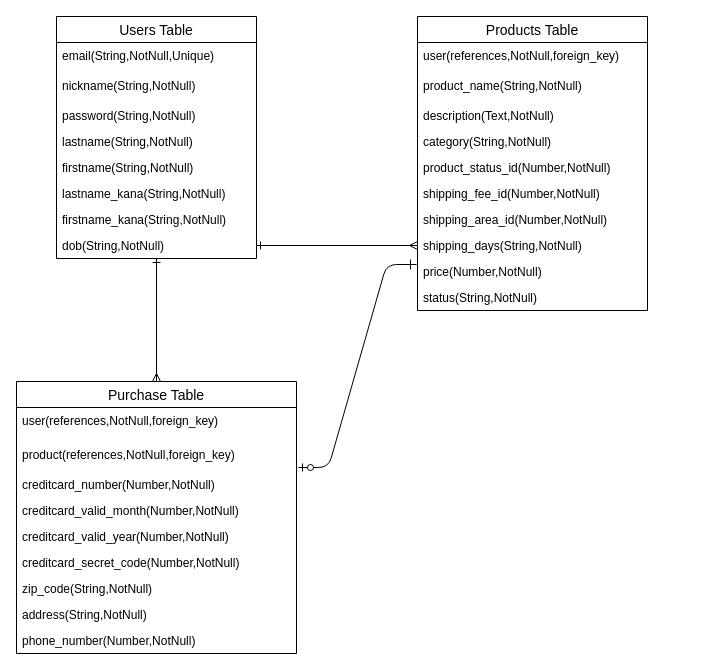
This is er.dio from yogurt-mr/furima-38039, a draw.io file, before an edit. Source tidied: cells renumbered, new cells numbered last; positions are measured from the earlier drawing's top-left corner, leaving out a move shared by most shapes. Both pictures are drawn from the tidied source at 100%, with x=0, y=0 at pixel (16, 16).
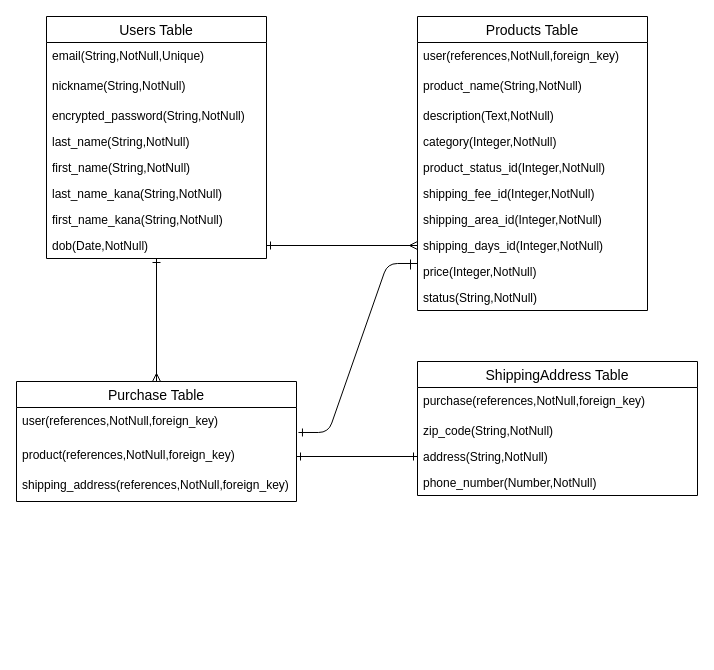
After the change.

Commit message (it also covers changes not shown here):
er図, README更新

The change refers to these unchanged cells:
```xml
<mxCell id="11" value="Products Table" style="swimlane;fontStyle=0;horizontal=1;startSize=26;align=center;fontSize=14;" parent="1" vertex="1">
  <mxGeometry x="401" width="230" height="294" as="geometry" />
</mxCell>
<mxCell id="24" value="user(references,NotNull,foreign_key)" style="text;strokeColor=none;fillColor=none;spacingLeft=4;spacingRight=4;overflow=hidden;points=[[0,0.5],[1,0.5]];portConstraint=eastwest;fontSize=12;" parent="23" vertex="1">
  <mxGeometry y="26" width="280" height="34" as="geometry" />
</mxCell>
<mxCell id="25" value="product(references,NotNull,foreign_key)" style="text;strokeColor=none;fillColor=none;spacingLeft=4;spacingRight=4;overflow=hidden;points=[[0,0.5],[1,0.5]];portConstraint=eastwest;fontSize=12;" parent="23" vertex="1">
  <mxGeometry y="60" width="280" height="30" as="geometry" />
</mxCell>
```

Change to the diagram source:
```diff
@@
     <mxCell id="2" value="Users Table" style="swimlane;fontStyle=0;horizontal=1;startSize=26;align=center;fontSize=14;" parent="1" vertex="1">
-      <mxGeometry x="40" width="200" height="242" as="geometry" />
+      <mxGeometry x="30" width="220" height="242" as="geometry" />
     </mxCell>
     <mxCell id="3" value="email(String,NotNull,Unique)" style="text;strokeColor=none;fillColor=none;spacingLeft=4;spacingRight=4;overflow=hidden;fontSize=12;" parent="2" vertex="1">
-      <mxGeometry y="26" width="200" height="30" as="geometry" />
+      <mxGeometry y="26" width="220" height="30" as="geometry" />
     </mxCell>
     <mxCell id="4" value="nickname(String,NotNull)" style="text;strokeColor=none;fillColor=none;spacingLeft=4;spacingRight=4;overflow=hidden;fontSize=12;" parent="2" vertex="1">
-      <mxGeometry y="56" width="200" height="30" as="geometry" />
+      <mxGeometry y="56" width="220" height="30" as="geometry" />
     </mxCell>
-    <mxCell id="5" value="password(String,NotNull)" style="text;strokeColor=none;fillColor=none;spacingLeft=4;spacingRight=4;overflow=hidden;fontSize=12;" parent="2" vertex="1">
-      <mxGeometry y="86" width="200" height="26" as="geometry" />
+    <mxCell id="5" value="encrypted_password(String,NotNull)" style="text;strokeColor=none;fillColor=none;spacingLeft=4;spacingRight=4;overflow=hidden;fontSize=12;" parent="2" vertex="1">
+      <mxGeometry y="86" width="220" height="26" as="geometry" />
     </mxCell>
-    <mxCell id="6" value="lastname(String,NotNull)" style="text;strokeColor=none;fillColor=none;spacingLeft=4;spacingRight=4;overflow=hidden;fontSize=12;" parent="2" vertex="1">
-      <mxGeometry y="112" width="200" height="26" as="geometry" />
+    <mxCell id="6" value="last_name(String,NotNull)" style="text;strokeColor=none;fillColor=none;spacingLeft=4;spacingRight=4;overflow=hidden;fontSize=12;" parent="2" vertex="1">
+      <mxGeometry y="112" width="220" height="26" as="geometry" />
     </mxCell>
-    <mxCell id="7" value="firstname(String,NotNull)" style="text;strokeColor=none;fillColor=none;spacingLeft=4;spacingRight=4;overflow=hidden;fontSize=12;" parent="2" vertex="1">
-      <mxGeometry y="138" width="200" height="26" as="geometry" />
+    <mxCell id="7" value="first_name(String,NotNull)" style="text;strokeColor=none;fillColor=none;spacingLeft=4;spacingRight=4;overflow=hidden;fontSize=12;" parent="2" vertex="1">
+      <mxGeometry y="138" width="220" height="26" as="geometry" />
     </mxCell>
-    <mxCell id="8" value="lastname_kana(String,NotNull)" style="text;strokeColor=none;fillColor=none;spacingLeft=4;spacingRight=4;overflow=hidden;fontSize=12;" parent="2" vertex="1">
-      <mxGeometry y="164" width="200" height="26" as="geometry" />
+    <mxCell id="8" value="last_name_kana(String,NotNull)" style="text;strokeColor=none;fillColor=none;spacingLeft=4;spacingRight=4;overflow=hidden;fontSize=12;" parent="2" vertex="1">
+      <mxGeometry y="164" width="220" height="26" as="geometry" />
     </mxCell>
-    <mxCell id="9" value="firstname_kana(String,NotNull)" style="text;strokeColor=none;fillColor=none;spacingLeft=4;spacingRight=4;overflow=hidden;fontSize=12;" parent="2" vertex="1">
-      <mxGeometry y="190" width="200" height="26" as="geometry" />
+    <mxCell id="9" value="first_name_kana(String,NotNull)" style="text;strokeColor=none;fillColor=none;spacingLeft=4;spacingRight=4;overflow=hidden;fontSize=12;" parent="2" vertex="1">
+      <mxGeometry y="190" width="220" height="26" as="geometry" />
     </mxCell>
-    <mxCell id="10" value="dob(String,NotNull)" style="text;strokeColor=none;fillColor=none;spacingLeft=4;spacingRight=4;overflow=hidden;points=[[0,0.5],[1,0.5]];portConstraint=eastwest;fontSize=12;" parent="2" vertex="1">
-      <mxGeometry y="216" width="200" height="26" as="geometry" />
+    <mxCell id="10" value="dob(Date,NotNull)" style="text;strokeColor=none;fillColor=none;spacingLeft=4;spacingRight=4;overflow=hidden;points=[[0,0.5],[1,0.5]];portConstraint=eastwest;fontSize=12;" parent="2" vertex="1">
+      <mxGeometry y="216" width="220" height="26" as="geometry" />
     </mxCell>
@@
-    <mxCell id="15" value="category(String,NotNull)" style="text;strokeColor=none;fillColor=none;spacingLeft=4;spacingRight=4;overflow=hidden;fontSize=12;" parent="11" vertex="1">
+    <mxCell id="15" value="category(Integer,NotNull)" style="text;strokeColor=none;fillColor=none;spacingLeft=4;spacingRight=4;overflow=hidden;fontSize=12;" parent="11" vertex="1">
       <mxGeometry y="112" width="230" height="26" as="geometry" />
     </mxCell>
-    <mxCell id="16" value="product_status_id(Number,NotNull)" style="text;strokeColor=none;fillColor=none;spacingLeft=4;spacingRight=4;overflow=hidden;fontSize=12;" parent="11" vertex="1">
+    <mxCell id="16" value="product_status_id(Integer,NotNull)" style="text;strokeColor=none;fillColor=none;spacingLeft=4;spacingRight=4;overflow=hidden;fontSize=12;" parent="11" vertex="1">
       <mxGeometry y="138" width="230" height="26" as="geometry" />
     </mxCell>
-    <mxCell id="17" value="shipping_fee_id(Number,NotNull)" style="text;strokeColor=none;fillColor=none;spacingLeft=4;spacingRight=4;overflow=hidden;fontSize=12;" parent="11" vertex="1">
+    <mxCell id="17" value="shipping_fee_id(Integer,NotNull)" style="text;strokeColor=none;fillColor=none;spacingLeft=4;spacingRight=4;overflow=hidden;fontSize=12;" parent="11" vertex="1">
       <mxGeometry y="164" width="230" height="26" as="geometry" />
     </mxCell>
-    <mxCell id="18" value="shipping_area_id(Number,NotNull)" style="text;strokeColor=none;fillColor=none;spacingLeft=4;spacingRight=4;overflow=hidden;fontSize=12;" parent="11" vertex="1">
+    <mxCell id="18" value="shipping_area_id(Integer,NotNull)" style="text;strokeColor=none;fillColor=none;spacingLeft=4;spacingRight=4;overflow=hidden;fontSize=12;" parent="11" vertex="1">
       <mxGeometry y="190" width="230" height="26" as="geometry" />
     </mxCell>
-    <mxCell id="19" value="shipping_days(String,NotNull)" style="text;strokeColor=none;fillColor=none;spacingLeft=4;spacingRight=4;overflow=hidden;points=[[0,0.5],[1,0.5]];portConstraint=eastwest;fontSize=12;" parent="11" vertex="1">
+    <mxCell id="19" value="shipping_days_id(Integer,NotNull)" style="text;strokeColor=none;fillColor=none;spacingLeft=4;spacingRight=4;overflow=hidden;points=[[0,0.5],[1,0.5]];portConstraint=eastwest;fontSize=12;" parent="11" vertex="1">
       <mxGeometry y="216" width="230" height="26" as="geometry" />
     </mxCell>
-    <mxCell id="20" value="price(Number,NotNull)" style="text;strokeColor=none;fillColor=none;spacingLeft=4;spacingRight=4;overflow=hidden;points=[[0,0.5],[1,0.5]];portConstraint=eastwest;fontSize=12;" parent="11" vertex="1">
+    <mxCell id="20" value="price(Integer,NotNull)" style="text;strokeColor=none;fillColor=none;spacingLeft=4;spacingRight=4;overflow=hidden;points=[[0,0.5],[1,0.5]];portConstraint=eastwest;fontSize=12;" parent="11" vertex="1">
       <mxGeometry y="242" width="230" height="26" as="geometry" />
     </mxCell>
@@
     <mxCell id="23" value="Purchase Table" style="swimlane;fontStyle=0;horizontal=1;startSize=26;align=center;fontSize=14;" parent="1" vertex="1">
-      <mxGeometry y="365" width="280" height="272" as="geometry" />
+      <mxGeometry y="365" width="280" height="120" as="geometry" />
     </mxCell>
@@
-    <mxCell id="26" value="creditcard_number(Number,NotNull)" style="text;strokeColor=none;fillColor=none;spacingLeft=4;spacingRight=4;overflow=hidden;fontSize=12;" parent="23" vertex="1">
-      <mxGeometry y="90" width="280" height="26" as="geometry" />
-    </mxCell>
-    <mxCell id="27" value="creditcard_valid_month(Number,NotNull)" style="text;strokeColor=none;fillColor=none;spacingLeft=4;spacingRight=4;overflow=hidden;fontSize=12;" parent="23" vertex="1">
-      <mxGeometry y="116" width="280" height="26" as="geometry" />
-    </mxCell>
-    <mxCell id="28" value="creditcard_valid_year(Number,NotNull)" style="text;strokeColor=none;fillColor=none;spacingLeft=4;spacingRight=4;overflow=hidden;fontSize=12;" parent="23" vertex="1">
-      <mxGeometry y="142" width="280" height="26" as="geometry" />
-    </mxCell>
-    <mxCell id="29" value="creditcard_secret_code(Number,NotNull)" style="text;strokeColor=none;fillColor=none;spacingLeft=4;spacingRight=4;overflow=hidden;fontSize=12;" parent="23" vertex="1">
-      <mxGeometry y="168" width="280" height="26" as="geometry" />
-    </mxCell>
+    <mxCell id="38" value="shipping_address(references,NotNull,foreign_key)" style="text;strokeColor=none;fillColor=none;spacingLeft=4;spacingRight=4;overflow=hidden;fontSize=12;" parent="23" vertex="1">
+      <mxGeometry y="90" width="280" height="30" as="geometry" />
+    </mxCell>
+    <mxCell id="33" style="edgeStyle=none;html=1;exitX=1;exitY=0.5;exitDx=0;exitDy=0;entryX=0;entryY=0.5;entryDx=0;entryDy=0;endArrow=ERmany;endFill=0;" parent="1" edge="1" source="10" target="19">
+      <mxGeometry relative="1" as="geometry" />
+    </mxCell>
+    <mxCell id="34" style="edgeStyle=none;html=1;entryX=1;entryY=0.5;entryDx=0;entryDy=0;endArrow=ERone;endFill=0;" parent="1" edge="1" source="19" target="10">
+      <mxGeometry relative="1" as="geometry" />
+    </mxCell>
+    <mxCell id="35" style="edgeStyle=none;html=1;endArrow=ERmany;endFill=0;" parent="1" edge="1" source="10" target="23">
+      <mxGeometry relative="1" as="geometry">
+        <Array as="points">
+          <mxPoint x="140" y="300" />
+        </Array>
+      </mxGeometry>
+    </mxCell>
+    <mxCell id="37" style="endArrow=none;html=1;rounded=0;" parent="1" edge="1">
+      <mxGeometry relative="1" as="geometry">
+        <mxPoint x="394" y="243" as="sourcePoint" />
+        <mxPoint x="394" y="253" as="targetPoint" />
+      </mxGeometry>
+    </mxCell>
+    <mxCell id="39" style="edgeStyle=entityRelationEdgeStyle;fontSize=12;html=1;endArrow=ERone;endFill=1;entryX=1.007;entryY=0.735;entryDx=0;entryDy=0;exitX=0;exitY=0.192;exitDx=0;exitDy=0;exitPerimeter=0;entryPerimeter=0;" parent="1" edge="1" source="20" target="24">
+      <mxGeometry relative="1" as="geometry" />
+    </mxCell>
+    <mxCell id="40" value="ShippingAddress Table" style="swimlane;fontStyle=0;horizontal=1;startSize=26;align=center;fontSize=14;" parent="1" vertex="1">
+      <mxGeometry x="401" y="345" width="280" height="134" as="geometry" />
+    </mxCell>
+    <mxCell id="41" value="purchase(references,NotNull,foreign_key)" style="text;strokeColor=none;fillColor=none;spacingLeft=4;spacingRight=4;overflow=hidden;fontSize=12;" parent="40" vertex="1">
+      <mxGeometry y="26" width="280" height="30" as="geometry" />
+    </mxCell>
-    <mxCell id="30" value="zip_code(String,NotNull)" style="text;strokeColor=none;fillColor=none;spacingLeft=4;spacingRight=4;overflow=hidden;fontSize=12;" parent="23" vertex="1">
-      <mxGeometry y="194" width="280" height="26" as="geometry" />
+    <mxCell id="30" value="zip_code(String,NotNull)" style="text;strokeColor=none;fillColor=none;spacingLeft=4;spacingRight=4;overflow=hidden;fontSize=12;" parent="40" vertex="1">
+      <mxGeometry y="56" width="280" height="26" as="geometry" />
     </mxCell>
-    <mxCell id="31" value="address(String,NotNull)" style="text;strokeColor=none;fillColor=none;spacingLeft=4;spacingRight=4;overflow=hidden;points=[[0,0.5],[1,0.5]];portConstraint=eastwest;fontSize=12;" parent="23" vertex="1">
-      <mxGeometry y="220" width="280" height="26" as="geometry" />
+    <mxCell id="31" value="address(String,NotNull)" style="text;strokeColor=none;fillColor=none;spacingLeft=4;spacingRight=4;overflow=hidden;points=[[0,0.5],[1,0.5]];portConstraint=eastwest;fontSize=12;" parent="40" vertex="1">
+      <mxGeometry y="82" width="280" height="26" as="geometry" />
     </mxCell>
-    <mxCell id="32" value="phone_number(Number,NotNull)" style="text;strokeColor=none;fillColor=none;spacingLeft=4;spacingRight=4;overflow=hidden;fontSize=12;" parent="23" vertex="1">
-      <mxGeometry y="246" width="280" height="26" as="geometry" />
+    <mxCell id="32" value="phone_number(Number,NotNull)" style="text;strokeColor=none;fillColor=none;spacingLeft=4;spacingRight=4;overflow=hidden;fontSize=12;" parent="40" vertex="1">
+      <mxGeometry y="108" width="280" height="26" as="geometry" />
     </mxCell>
-    <mxCell id="33" style="edgeStyle=none;html=1;exitX=1;exitY=0.5;exitDx=0;exitDy=0;entryX=0;entryY=0.5;entryDx=0;entryDy=0;endArrow=ERmany;endFill=0;" parent="1" edge="1" source="10" target="19">
-      <mxGeometry relative="1" as="geometry" />
-    </mxCell>
-    <mxCell id="34" style="edgeStyle=none;html=1;entryX=1;entryY=0.5;entryDx=0;entryDy=0;endArrow=ERone;endFill=0;" parent="1" edge="1" source="19" target="10">
-      <mxGeometry relative="1" as="geometry" />
-    </mxCell>
-    <mxCell id="35" style="edgeStyle=none;html=1;endArrow=ERmany;endFill=0;" parent="1" edge="1" source="10" target="23">
-      <mxGeometry relative="1" as="geometry" />
-    </mxCell>
-    <mxCell id="36" style="edgeStyle=entityRelationEdgeStyle;fontSize=12;html=1;endArrow=ERzeroToOne;endFill=1;entryX=1.007;entryY=0.867;entryDx=0;entryDy=0;entryPerimeter=0;exitX=-0.004;exitY=0.231;exitDx=0;exitDy=0;exitPerimeter=0;" parent="1" edge="1" source="20" target="25">
-      <mxGeometry relative="1" as="geometry" />
-    </mxCell>
-    <mxCell id="37" style="endArrow=none;html=1;rounded=0;" parent="1" edge="1">
-      <mxGeometry relative="1" as="geometry">
-        <mxPoint x="394" y="243" as="sourcePoint" />
-        <mxPoint x="394" y="253" as="targetPoint" />
-      </mxGeometry>
-    </mxCell>
+    <mxCell id="42" style="edgeStyle=none;html=1;exitX=1;exitY=0.5;exitDx=0;exitDy=0;endArrow=ERone;endFill=0;entryX=0;entryY=0.5;entryDx=0;entryDy=0;" parent="1" edge="1" source="25" target="31">
+      <mxGeometry relative="1" as="geometry" />
+    </mxCell>
+    <mxCell id="43" style="edgeStyle=none;html=1;exitX=0;exitY=0.5;exitDx=0;exitDy=0;endArrow=ERone;endFill=0;" parent="1" edge="1" source="31">
+      <mxGeometry relative="1" as="geometry">
+        <mxPoint x="280" y="440" as="targetPoint" />
+      </mxGeometry>
+    </mxCell>
```
